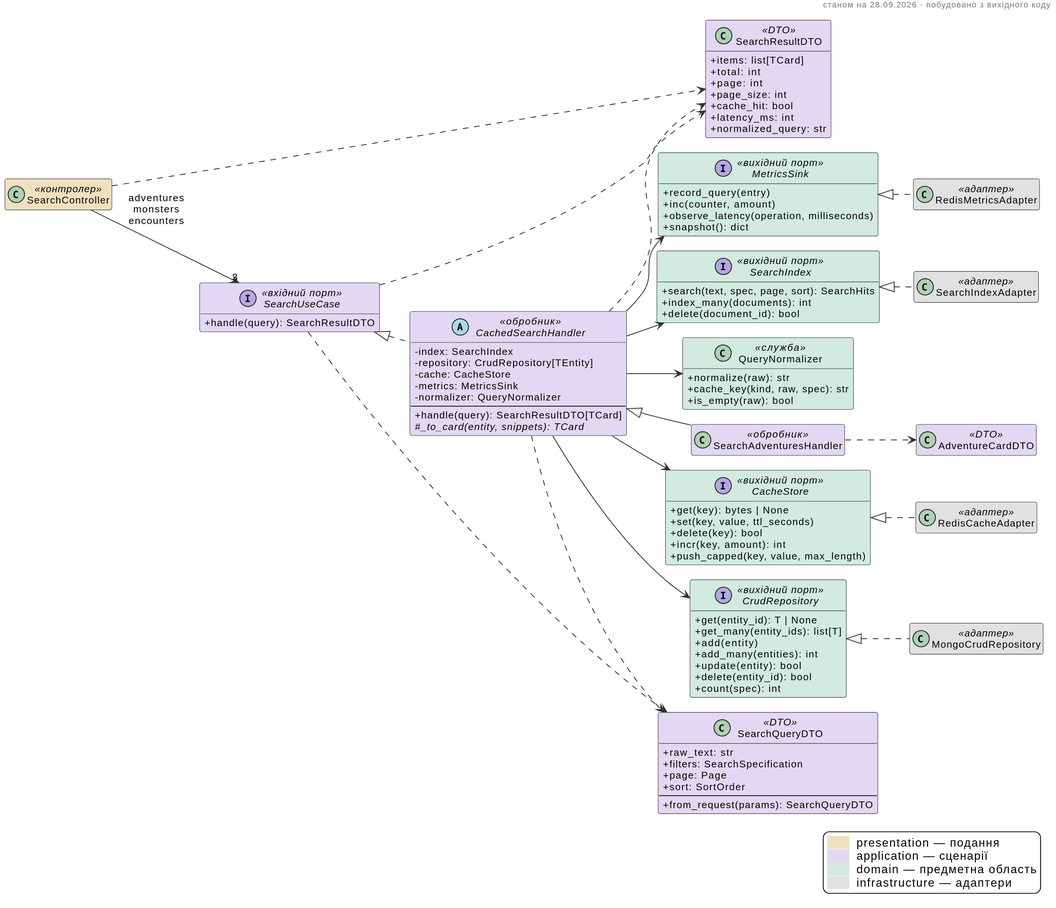
Above: docs/diagrams/06-search-slice.svg in Oleksiiska/DB_coursework_D-D (PlantUML), before the change.
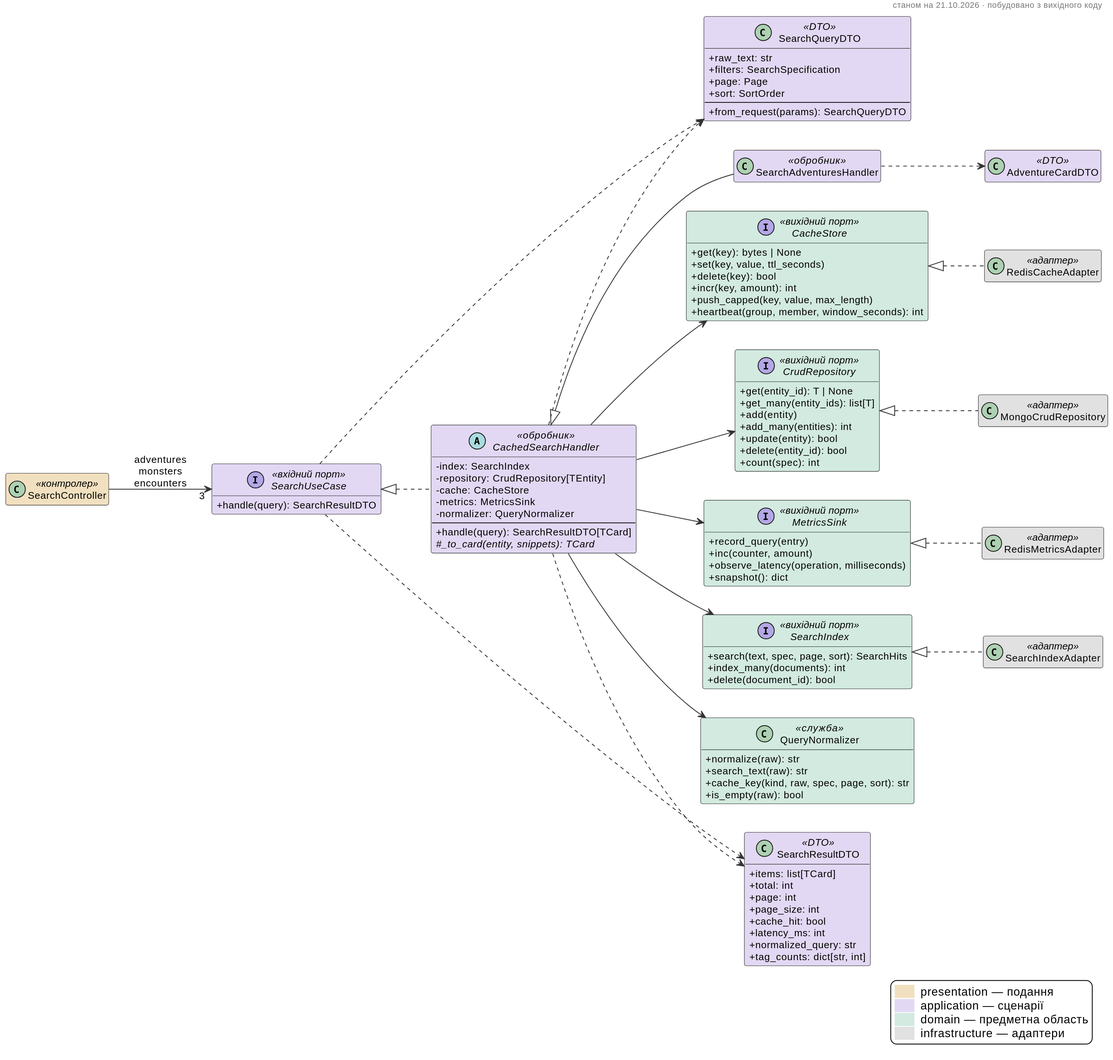
After the change.

The edit, as a diff of the source:
```diff
@@ -11,7 +11,7 @@
 hide empty members
 
 header
-станом на 28.09.2026 · побудовано з вихідного коду
+станом на 21.10.2026 · побудовано з вихідного коду
 endheader
 
 left to right direction
@@ -33,6 +33,7 @@
   +cache_hit: bool
   +latency_ms: int
   +normalized_query: str
+  +tag_counts: dict[str, int]
 }
 interface SearchUseCase <<вхідний порт>> #E2D8F3 {
   +handle(query): SearchResultDTO
@@ -54,6 +55,7 @@
   +delete(key): bool
   +incr(key, amount): int
   +push_capped(key, value, max_length)
+  +heartbeat(group, member, window_seconds): int
 }
 interface CrudRepository <<вихідний порт>> #D2EADF {
   +get(entity_id): T | None
@@ -77,7 +79,8 @@
 }
 class QueryNormalizer <<служба>> #D2EADF {
   +normalize(raw): str
-  +cache_key(kind, raw, spec): str
+  +search_text(raw): str
+  +cache_key(kind, raw, spec, page, sort): str
   +is_empty(raw): bool
 }
 class MongoCrudRepository <<адаптер>> #E1E1E1
@@ -99,7 +102,6 @@
 CachedSearchHandler ..> SearchQueryDTO
 CachedSearchHandler ..> SearchResultDTO
 SearchAdventuresHandler ..> AdventureCardDTO
-SearchController ..> SearchResultDTO
 SearchUseCase ..> SearchQueryDTO
 SearchUseCase ..> SearchResultDTO
 legend right
```
